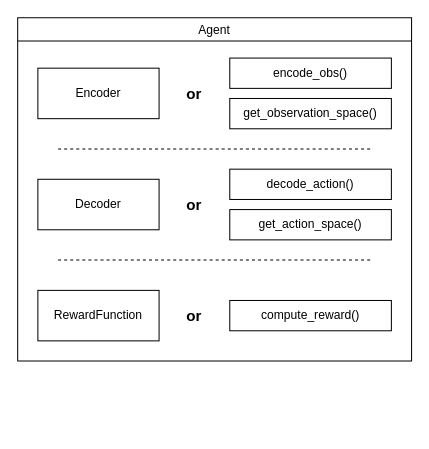
This is docs/drawio/agent.drawio from jpmorganchase/Phantom, a draw.io file, before an edit. Source tidied: cells renumbered, new cells numbered last; positions are measured from the earlier drawing's top-left corner, leaving out a move shared by most shapes. Both pictures are drawn from the tidied source at 101%, with x=0, y=0 at pixel (17, 17).
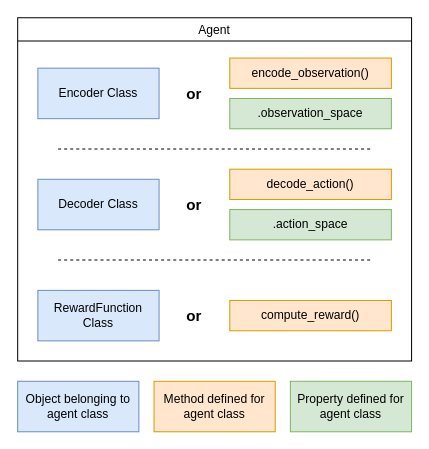
The same diagram, later.

The change refers to these unchanged cells:
```xml
<mxCell id="2" value="Agent" style="swimlane;fontStyle=0;" parent="1" vertex="1">
  <mxGeometry width="390" height="340" as="geometry" />
</mxCell>
```

What changed in the source:
```diff
@@
-    <mxCell id="3" value="Encoder" style="rounded=0;whiteSpace=wrap;html=1;" parent="2" vertex="1">
+    <mxCell id="3" value="Encoder Class" style="rounded=0;whiteSpace=wrap;html=1;fillColor=#dae8fc;strokeColor=#6c8ebf;" parent="2" vertex="1">
       <mxGeometry x="20" y="50" width="120" height="50" as="geometry" />
     </mxCell>
-    <mxCell id="4" value="RewardFunction" style="rounded=0;whiteSpace=wrap;html=1;" parent="2" vertex="1">
+    <mxCell id="4" value="RewardFunction Class" style="rounded=0;whiteSpace=wrap;html=1;fillColor=#dae8fc;strokeColor=#6c8ebf;" parent="2" vertex="1">
       <mxGeometry x="20" y="270" width="120" height="50" as="geometry" />
     </mxCell>
@@
-    <mxCell id="6" value="encode_obs()" style="rounded=0;whiteSpace=wrap;html=1;" parent="2" vertex="1">
+    <mxCell id="6" value="encode_observation()" style="rounded=0;whiteSpace=wrap;html=1;fillColor=#ffe6cc;strokeColor=#d79b00;" parent="2" vertex="1">
       <mxGeometry x="210" y="40" width="160" height="30" as="geometry" />
     </mxCell>
-    <mxCell id="7" value="get_observation_space()" style="rounded=0;whiteSpace=wrap;html=1;" parent="2" vertex="1">
+    <mxCell id="7" value=".observation_space" style="rounded=0;whiteSpace=wrap;html=1;fillColor=#d5e8d4;strokeColor=#82b366;" parent="2" vertex="1">
       <mxGeometry x="210" y="80" width="160" height="30" as="geometry" />
     </mxCell>
-    <mxCell id="8" value="Decoder" style="rounded=0;whiteSpace=wrap;html=1;" parent="2" vertex="1">
+    <mxCell id="8" value="Decoder Class" style="rounded=0;whiteSpace=wrap;html=1;fillColor=#dae8fc;strokeColor=#6c8ebf;" parent="2" vertex="1">
       <mxGeometry x="20" y="160" width="120" height="50" as="geometry" />
     </mxCell>
@@
-    <mxCell id="10" value="decode_action()" style="rounded=0;whiteSpace=wrap;html=1;" parent="2" vertex="1">
+    <mxCell id="10" value="decode_action()" style="rounded=0;whiteSpace=wrap;html=1;fillColor=#ffe6cc;strokeColor=#d79b00;" parent="2" vertex="1">
       <mxGeometry x="210" y="150" width="160" height="30" as="geometry" />
     </mxCell>
-    <mxCell id="11" value="get_action_space()" style="rounded=0;whiteSpace=wrap;html=1;" parent="2" vertex="1">
+    <mxCell id="11" value=".action_space" style="rounded=0;whiteSpace=wrap;html=1;fillColor=#d5e8d4;strokeColor=#82b366;" parent="2" vertex="1">
       <mxGeometry x="210" y="190" width="160" height="30" as="geometry" />
     </mxCell>
@@
-    <mxCell id="13" value="compute_reward()" style="rounded=0;whiteSpace=wrap;html=1;" parent="2" vertex="1">
+    <mxCell id="13" value="compute_reward()" style="rounded=0;whiteSpace=wrap;html=1;fillColor=#ffe6cc;strokeColor=#d79b00;" parent="2" vertex="1">
       <mxGeometry x="210" y="280" width="160" height="30" as="geometry" />
     </mxCell>
@@
+    <mxCell id="16" value="Object belonging to agent class" style="rounded=0;whiteSpace=wrap;html=1;fillColor=#dae8fc;strokeColor=#6c8ebf;" parent="1" vertex="1">
+      <mxGeometry y="360" width="120" height="50" as="geometry" />
+    </mxCell>
+    <mxCell id="17" value="Property defined for agent class" style="rounded=0;whiteSpace=wrap;html=1;fillColor=#d5e8d4;strokeColor=#82b366;" parent="1" vertex="1">
+      <mxGeometry x="270" y="360" width="120" height="50" as="geometry" />
+    </mxCell>
+    <mxCell id="18" value="Method defined for agent class" style="rounded=0;whiteSpace=wrap;html=1;fillColor=#ffe6cc;strokeColor=#d79b00;" parent="1" vertex="1">
+      <mxGeometry x="135" y="360" width="120" height="50" as="geometry" />
+    </mxCell>
```
